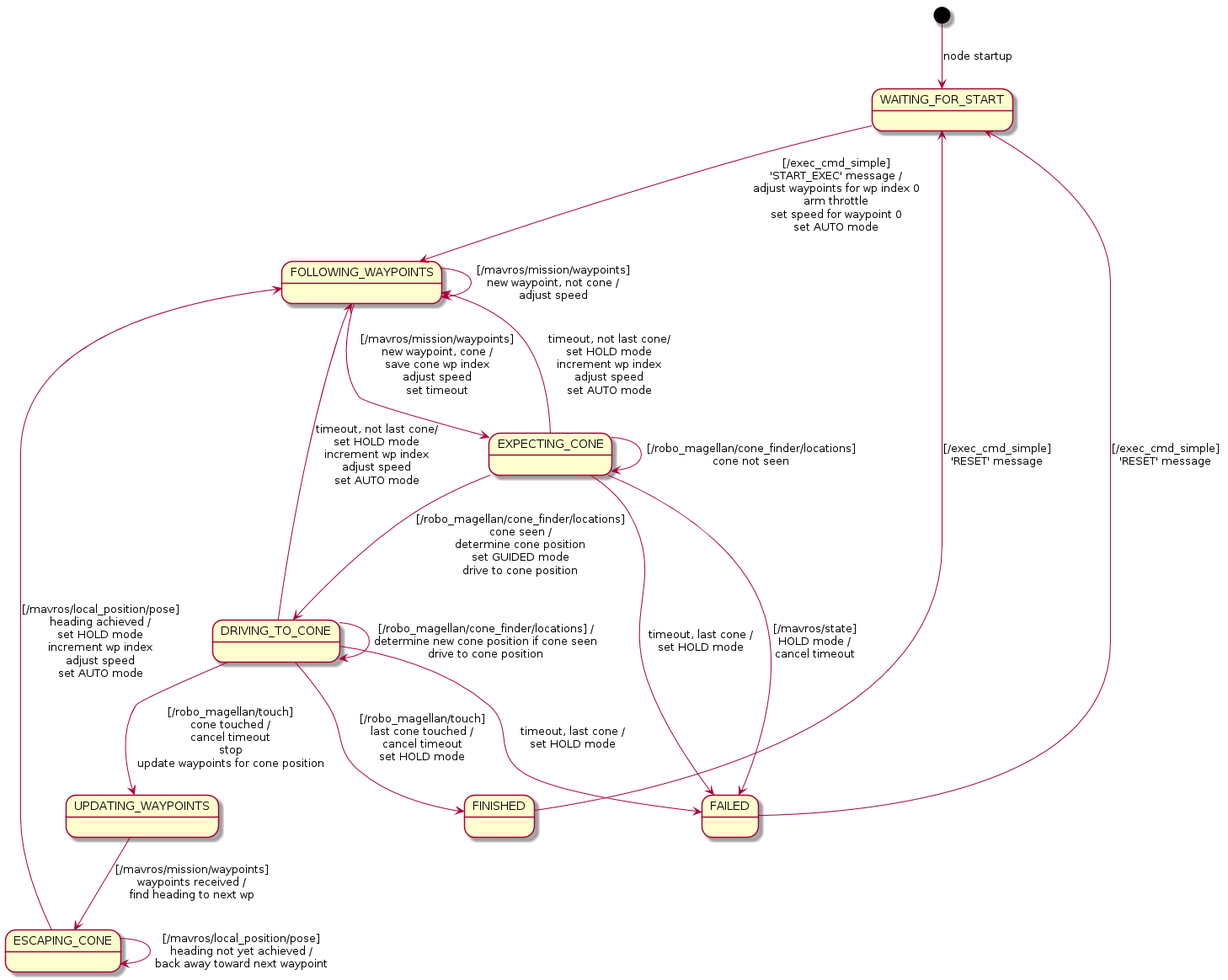
ProgrammingRobotsStudyGroup/robo_magellan keeps this PlantUML diagram as doc/state-diagram.png. Above is the earlier version.
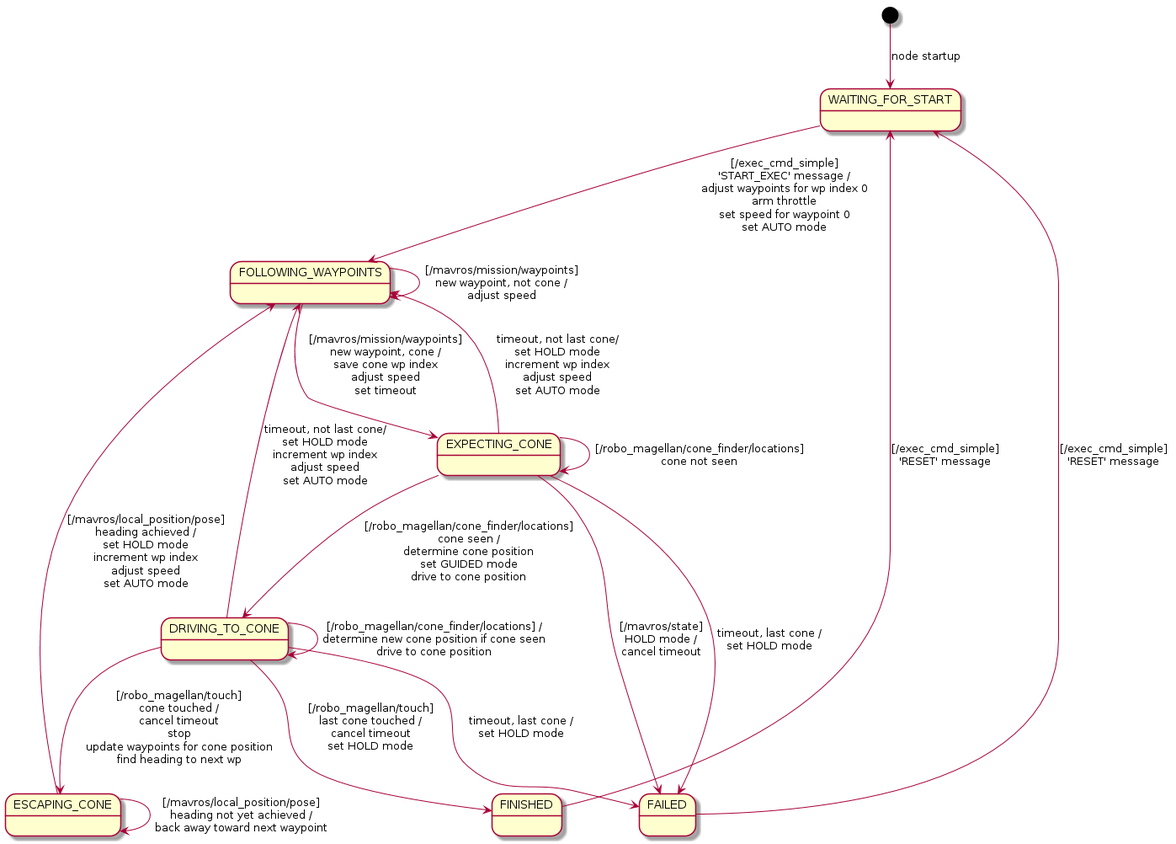
Above is the later version.

Commit message:
Remove another unneeded state from the state machine

The edit, as a diff of the source:
```diff
@@ -19,12 +19,9 @@
 state "DRIVING_TO_CONE" as drivingToCone
 drivingToCone --> drivingToCone : [/robo_magellan/cone_finder/locations] /\ndetermine new cone position if cone seen\ndrive to cone position
 drivingToCone --> followingWaypoints : timeout, not last cone/\nset HOLD mode\nincrement wp index\nadjust speed\nset AUTO mode
-drivingToCone --> updatingWaypoints : [/robo_magellan/touch]\ncone touched /\ncancel timeout\nstop\nupdate waypoints for cone position
+drivingToCone --> escapingCone : [/robo_magellan/touch]\ncone touched /\ncancel timeout\nstop\nupdate waypoints for cone position\nfind heading to next wp
 drivingToCone --> failed : timeout, last cone /\nset HOLD mode
 drivingToCone --> finished : [/robo_magellan/touch]\nlast cone touched /\ncancel timeout\nset HOLD mode
-
-state "UPDATING_WAYPOINTS" as updatingWaypoints
-updatingWaypoints --> escapingCone : [/mavros/mission/waypoints]\nwaypoints received /\nfind heading to next wp
 
 state "ESCAPING_CONE" as escapingCone
 escapingCone --> escapingCone : [/mavros/local_position/pose]\nheading not yet achieved /\nback away toward next waypoint
```
